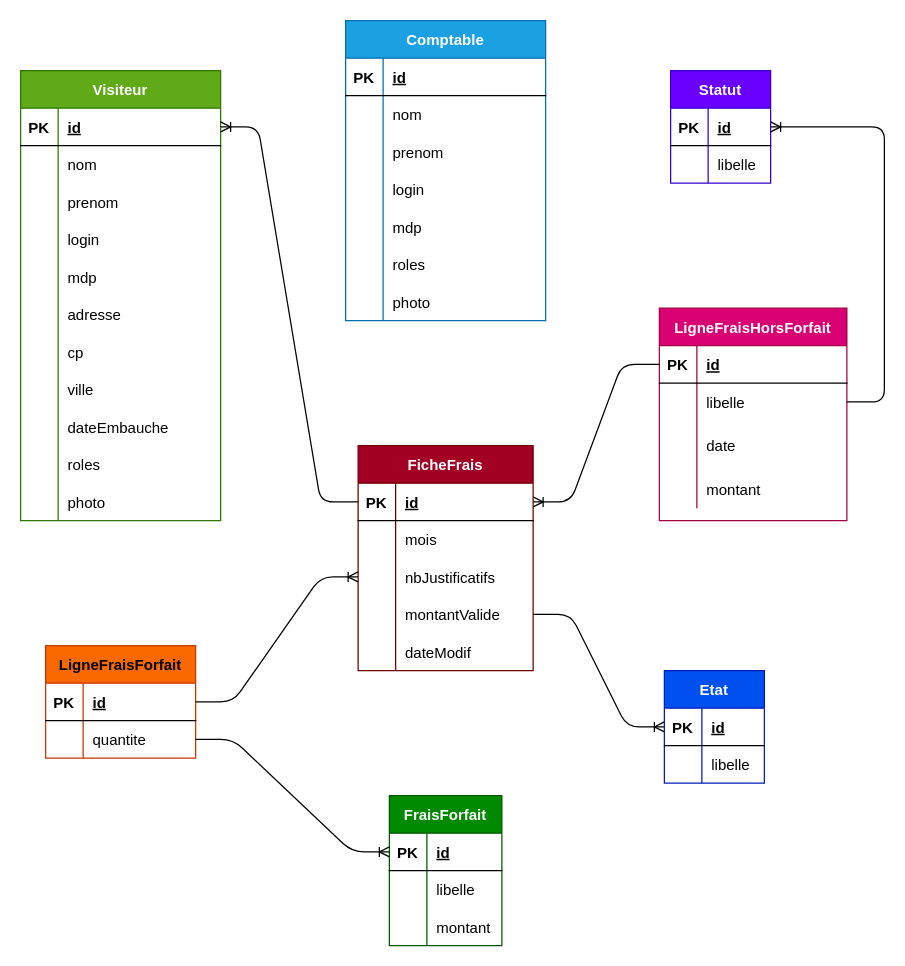
Above: drawio/gsb_frais_db.drawio in AladdineDev/GSB-Frais (draw.io), before the change. Source tidied: cells renumbered, new cells numbered last; positions are measured from the earlier drawing's top-left corner, leaving out a move shared by most shapes. Both pictures are drawn from the tidied source at 125%, with x=0, y=0 at pixel (20, 20).
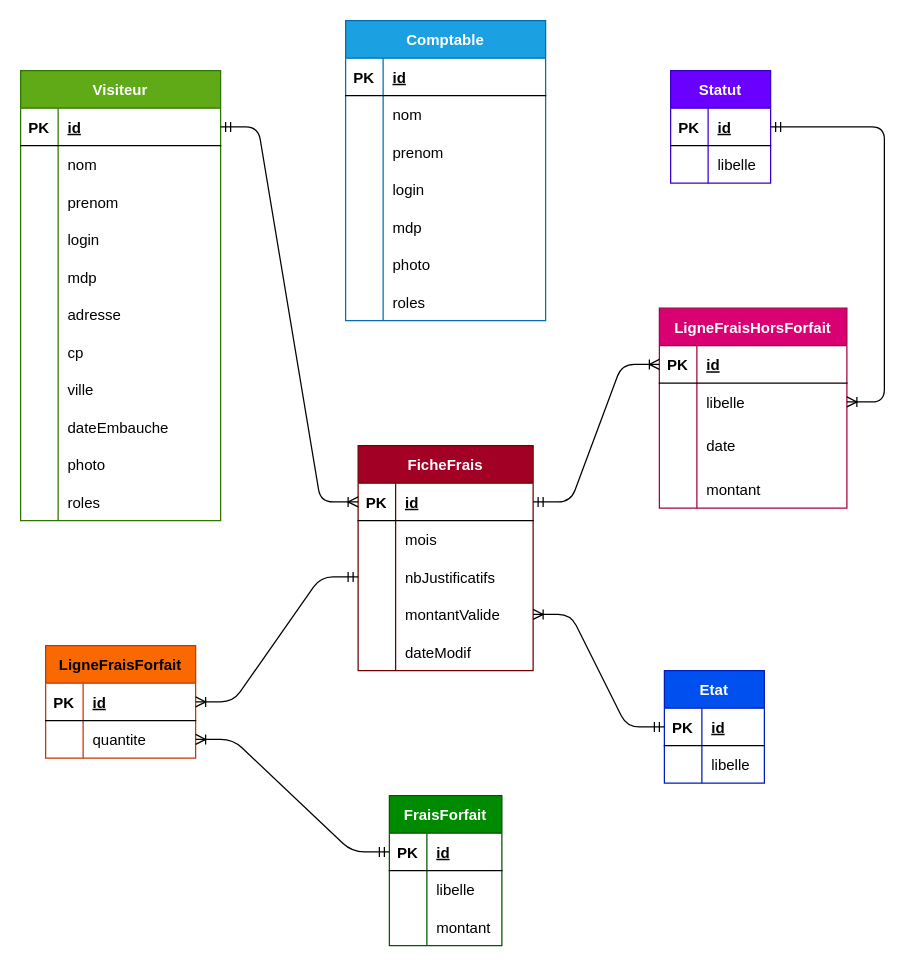
The same page after the edit.

Commit message:
Mise à jour de l'ERD (#1)

The change refers to these unchanged cells:
```xml
<mxCell id="18" style="shape=partialRectangle;fillColor=none;top=0;left=0;right=0;bottom=0;" parent="2" vertex="1">
  <mxGeometry y="180" width="160" height="30" as="geometry" />
</mxCell>
<mxCell id="21" style="shape=partialRectangle;fillColor=none;top=0;left=0;right=0;bottom=0;" parent="2" vertex="1">
  <mxGeometry y="210" width="160" height="30" as="geometry" />
</mxCell>
<mxCell id="25" style="shape=partialRectangle;fillColor=none;points=[[0,0.5],[1,0.5]];portConstraint=eastwest;top=0;left=0;right=0;bottom=1;" parent="24" vertex="1">
  <mxGeometry y="30" width="80" height="30" as="geometry" />
</mxCell>
<mxCell id="32" style="shape=partialRectangle;fillColor=none;points=[[0,0.5],[1,0.5]];portConstraint=eastwest;top=0;left=0;right=0;bottom=1;" parent="31" vertex="1">
  <mxGeometry y="30" width="140" height="30" as="geometry" />
</mxCell>
<mxCell id="38" style="shape=partialRectangle;fillColor=none;points=[[0,0.5],[1,0.5]];portConstraint=eastwest;top=0;left=0;right=0;bottom=0;" parent="31" vertex="1">
  <mxGeometry y="90" width="140" height="30" as="geometry" />
</mxCell>
<mxCell id="41" style="shape=partialRectangle;fillColor=none;points=[[0,0.5],[1,0.5]];portConstraint=eastwest;top=0;left=0;right=0;bottom=0;" parent="31" vertex="1">
  <mxGeometry y="120" width="140" height="30" as="geometry" />
</mxCell>
<mxCell id="48" style="shape=partialRectangle;fillColor=none;points=[[0,0.5],[1,0.5]];portConstraint=eastwest;top=0;left=0;right=0;bottom=1;" parent="47" vertex="1">
  <mxGeometry y="30" width="90" height="30" as="geometry" />
</mxCell>
<mxCell id="58" style="shape=partialRectangle;fillColor=none;points=[[0,0.5],[1,0.5]];portConstraint=eastwest;top=0;left=0;right=0;bottom=1;" parent="57" vertex="1">
  <mxGeometry y="30" width="120" height="30" as="geometry" />
</mxCell>
<mxCell id="61" style="shape=partialRectangle;fillColor=none;points=[[0,0.5],[1,0.5]];portConstraint=eastwest;top=0;left=0;right=0;bottom=0;" parent="57" vertex="1">
  <mxGeometry y="60" width="120" height="30" as="geometry" />
</mxCell>
<mxCell id="65" style="shape=partialRectangle;fillColor=none;points=[[0,0.5],[1,0.5]];portConstraint=eastwest;top=0;left=0;right=0;bottom=1;" parent="64" vertex="1">
  <mxGeometry y="30" width="150" height="30" as="geometry" />
</mxCell>
<mxCell id="68" style="shape=partialRectangle;fillColor=none;points=[[0,0.5],[1,0.5]];portConstraint=eastwest;top=0;left=0;right=0;bottom=0;" parent="64" vertex="1">
  <mxGeometry y="60" width="150" height="30" as="geometry" />
</mxCell>
<mxCell id="78" style="shape=partialRectangle;fillColor=none;points=[[0,0.5],[1,0.5]];portConstraint=eastwest;top=0;left=0;right=0;bottom=1;" parent="77" vertex="1">
  <mxGeometry y="30" width="80" height="30" as="geometry" />
</mxCell>
<mxCell id="85" style="shape=partialRectangle;fillColor=none;points=[[0,0.5],[1,0.5]];portConstraint=eastwest;top=0;left=0;right=0;bottom=1;" parent="84" vertex="1">
  <mxGeometry y="30" width="160" height="30" as="geometry" />
</mxCell>
<mxCell id="112" style="shape=partialRectangle;fillColor=none;top=0;left=0;right=0;bottom=0;" parent="84" vertex="1">
  <mxGeometry y="300" width="160" height="30" as="geometry" />
</mxCell>
<mxCell id="115" style="shape=partialRectangle;fillColor=none;top=0;left=0;right=0;bottom=0;" parent="84" vertex="1">
  <mxGeometry y="330" width="160" height="30" as="geometry" />
</mxCell>
```

What changed in the source:
```diff
@@
-    <mxCell id="20" value="roles" style="shape=partialRectangle;overflow=hidden;fillColor=none;top=0;left=0;bottom=0;right=0;align=left;spacingLeft=6;" parent="18" vertex="1">
+    <mxCell id="20" value="photo" style="shape=partialRectangle;overflow=hidden;fillColor=none;top=0;left=0;bottom=0;right=0;align=left;spacingLeft=6;" parent="18" vertex="1">
       <mxGeometry x="30" width="130" height="30" as="geometry" />
     </mxCell>
@@
-    <mxCell id="23" value="photo" style="shape=partialRectangle;overflow=hidden;fillColor=none;top=0;left=0;bottom=0;right=0;align=left;spacingLeft=6;" parent="21" vertex="1">
+    <mxCell id="23" value="roles" style="shape=partialRectangle;overflow=hidden;fillColor=none;top=0;left=0;bottom=0;right=0;align=left;spacingLeft=6;" parent="21" vertex="1">
       <mxGeometry x="30" width="130" height="30" as="geometry" />
     </mxCell>
@@
     <mxCell id="64" value="LigneFraisHorsForfait" style="shape=table;startSize=30;childLayout=tableLayout;rowLines=0;fontStyle=1;align=center;fillColor=#d80073;fontColor=#ffffff;strokeColor=#A50040;" parent="1" vertex="1">
-      <mxGeometry x="511" y="230" width="150" height="170" as="geometry" />
+      <mxGeometry x="511" y="230" width="150" height="160" as="geometry" />
     </mxCell>
@@
-    <mxCell id="114" value="roles" style="shape=partialRectangle;overflow=hidden;fillColor=none;top=0;left=0;bottom=0;right=0;align=left;spacingLeft=6;" parent="112" vertex="1">
+    <mxCell id="114" value="photo" style="shape=partialRectangle;overflow=hidden;fillColor=none;top=0;left=0;bottom=0;right=0;align=left;spacingLeft=6;" parent="112" vertex="1">
       <mxGeometry x="30" width="130" height="30" as="geometry" />
     </mxCell>
@@
-    <mxCell id="117" value="photo" style="shape=partialRectangle;overflow=hidden;fillColor=none;top=0;left=0;bottom=0;right=0;align=left;spacingLeft=6;" parent="115" vertex="1">
+    <mxCell id="117" value="roles" style="shape=partialRectangle;overflow=hidden;fillColor=none;top=0;left=0;bottom=0;right=0;align=left;spacingLeft=6;" parent="115" vertex="1">
       <mxGeometry x="30" width="130" height="30" as="geometry" />
     </mxCell>
-    <mxCell id="118" style="edgeStyle=entityRelationEdgeStyle;fontSize=12;html=1;endArrow=ERoneToMany;" parent="1" edge="1" source="41" target="25">
-      <mxGeometry relative="1" as="geometry" />
-    </mxCell>
-    <mxCell id="119" style="edgeStyle=entityRelationEdgeStyle;fontSize=12;html=1;endArrow=ERoneToMany;" parent="1" edge="1" source="58" target="38">
-      <mxGeometry relative="1" as="geometry" />
-    </mxCell>
-    <mxCell id="120" style="edgeStyle=entityRelationEdgeStyle;fontSize=12;html=1;endArrow=ERoneToMany;" parent="1" edge="1" source="61" target="48">
-      <mxGeometry relative="1" as="geometry" />
-    </mxCell>
-    <mxCell id="121" style="edgeStyle=entityRelationEdgeStyle;fontSize=12;html=1;endArrow=ERoneToMany;" parent="1" edge="1" source="32" target="85">
-      <mxGeometry relative="1" as="geometry" />
-    </mxCell>
-    <mxCell id="122" style="edgeStyle=entityRelationEdgeStyle;fontSize=12;html=1;endArrow=ERoneToMany;" parent="1" edge="1" source="65" target="32">
-      <mxGeometry relative="1" as="geometry" />
-    </mxCell>
-    <mxCell id="123" style="edgeStyle=entityRelationEdgeStyle;fontSize=12;html=1;endArrow=ERoneToMany;" parent="1" edge="1" source="68" target="78">
-      <mxGeometry relative="1" as="geometry" />
-    </mxCell>
+    <mxCell id="124" style="edgeStyle=entityRelationEdgeStyle;fontSize=12;html=1;endArrow=ERoneToMany;startArrow=ERmandOne;" parent="1" edge="1" source="25" target="41">
+      <mxGeometry relative="1" as="geometry" />
+    </mxCell>
+    <mxCell id="125" style="edgeStyle=entityRelationEdgeStyle;fontSize=12;html=1;endArrow=ERoneToMany;startArrow=ERmandOne;" parent="1" edge="1" source="38" target="58">
+      <mxGeometry relative="1" as="geometry" />
+    </mxCell>
+    <mxCell id="126" style="edgeStyle=entityRelationEdgeStyle;fontSize=12;html=1;endArrow=ERoneToMany;startArrow=ERmandOne;" parent="1" edge="1" source="48" target="61">
+      <mxGeometry relative="1" as="geometry" />
+    </mxCell>
+    <mxCell id="127" style="edgeStyle=entityRelationEdgeStyle;fontSize=12;html=1;endArrow=ERoneToMany;startArrow=ERmandOne;" parent="1" edge="1" source="85" target="32">
+      <mxGeometry relative="1" as="geometry" />
+    </mxCell>
+    <mxCell id="128" style="edgeStyle=entityRelationEdgeStyle;fontSize=12;html=1;endArrow=ERoneToMany;startArrow=ERmandOne;" parent="1" edge="1" source="32" target="65">
+      <mxGeometry relative="1" as="geometry" />
+    </mxCell>
+    <mxCell id="129" style="edgeStyle=entityRelationEdgeStyle;fontSize=12;html=1;endArrow=ERoneToMany;startArrow=ERmandOne;" parent="1" edge="1" source="78" target="68">
+      <mxGeometry relative="1" as="geometry" />
+    </mxCell>
```
